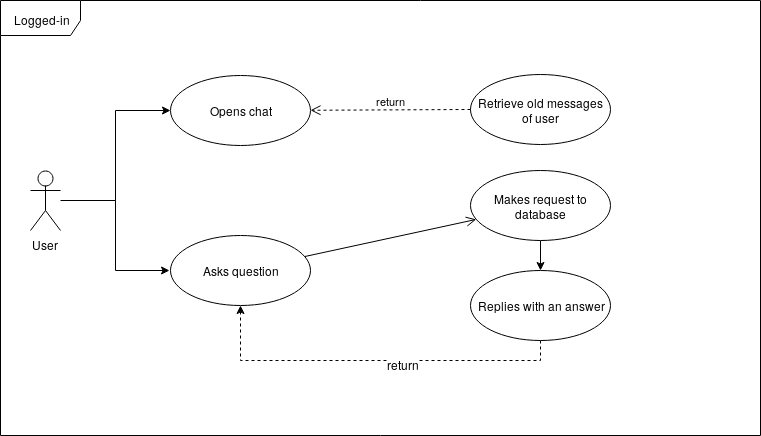
cs2901/yape-bcp-project-ayuda-pe keeps this draw.io diagram as Use_Cases/UseCaseDiagram.png. Above is the earlier version. Source tidied: cells renumbered, new cells last; positions are measured from the earlier drawing's top-left corner, leaving out a move shared by most shapes. Its diagram source:
```xml
<mxGraphModel>
  <root>
    <mxCell id="0" />
    <mxCell id="1" parent="0" />
    <mxCell id="2" value="Logged-in " style="shape=umlFrame;whiteSpace=wrap;html=1;width=80;height=35;" parent="1" vertex="1">
      <mxGeometry width="760" height="435" as="geometry" />
    </mxCell>
    <mxCell id="3" style="edgeStyle=orthogonalEdgeStyle;rounded=0;jettySize=auto;html=1;entryX=0;entryY=0.5;entryDx=0;entryDy=0;" parent="1" edge="1" source="5" target="6">
      <mxGeometry relative="1" as="geometry" />
    </mxCell>
    <mxCell id="4" style="edgeStyle=orthogonalEdgeStyle;rounded=0;orthogonalLoop=1;jettySize=auto;html=1;entryX=0;entryY=0.5;entryDx=0;entryDy=0;" parent="1" edge="1">
      <mxGeometry relative="1" as="geometry">
        <mxPoint x="65" y="200" as="sourcePoint" />
        <mxPoint x="169" y="270" as="targetPoint" />
        <Array as="points">
          <mxPoint x="115" y="200" />
          <mxPoint x="115" y="270" />
        </Array>
      </mxGeometry>
    </mxCell>
    <mxCell id="5" value="User" style="shape=umlActor;verticalLabelPosition=bottom;labelBackgroundColor=#ffffff;verticalAlign=top;html=1;" parent="1" vertex="1">
      <mxGeometry x="30" y="170" width="30" height="60" as="geometry" />
    </mxCell>
    <mxCell id="6" value="Opens chat" style="ellipse;whiteSpace=wrap;html=1;" parent="1" vertex="1">
      <mxGeometry x="170" y="75" width="140" height="70" as="geometry" />
    </mxCell>
    <mxCell id="7" value="Retrieve old messages of user" style="ellipse;whiteSpace=wrap;html=1;" parent="1" vertex="1">
      <mxGeometry x="470" y="74" width="140" height="70" as="geometry" />
    </mxCell>
    <mxCell id="8" value="&lt;div&gt;return&lt;/div&gt;" style="html=1;verticalAlign=bottom;endArrow=open;dashed=1;endSize=8;" parent="1" edge="1" source="7" target="6">
      <mxGeometry relative="1" as="geometry" />
    </mxCell>
    <mxCell id="9" value="Asks question" style="ellipse;whiteSpace=wrap;html=1;" parent="1" vertex="1">
      <mxGeometry x="170" y="235" width="140" height="70" as="geometry" />
    </mxCell>
    <mxCell id="10" style="edgeStyle=orthogonalEdgeStyle;rounded=0;jettySize=auto;html=1;entryX=0.5;entryY=1;entryDx=0;entryDy=0;exitX=0.5;exitY=1;exitDx=0;exitDy=0;dashed=1;" parent="1" edge="1" source="12" target="9">
      <mxGeometry relative="1" as="geometry" />
    </mxCell>
    <mxCell id="11" value="&lt;div&gt;return&lt;/div&gt;" style="text;html=1;align=center;verticalAlign=middle;labelBackgroundColor=#ffffff;" parent="10" vertex="1">
      <mxGeometry x="-0.16" y="3" relative="1" as="geometry" />
    </mxCell>
    <mxCell id="12" value="Replies with an answer" style="ellipse;whiteSpace=wrap;html=1;" parent="1" vertex="1">
      <mxGeometry x="470" y="270" width="140" height="70" as="geometry" />
    </mxCell>
    <mxCell id="13" style="edgeStyle=orthogonalEdgeStyle;rounded=0;jettySize=auto;html=1;entryX=0.5;entryY=0;entryDx=0;entryDy=0;" parent="1" edge="1" source="14" target="12">
      <mxGeometry relative="1" as="geometry" />
    </mxCell>
    <mxCell id="14" value="Makes request to database" style="ellipse;whiteSpace=wrap;html=1;" parent="1" vertex="1">
      <mxGeometry x="470" y="170" width="140" height="70" as="geometry" />
    </mxCell>
    <mxCell id="15" style="html=1;verticalAlign=bottom;endArrow=open;endSize=8;" parent="1" edge="1" source="9" target="14">
      <mxGeometry relative="1" as="geometry" />
    </mxCell>
  </root>
</mxGraphModel>
```
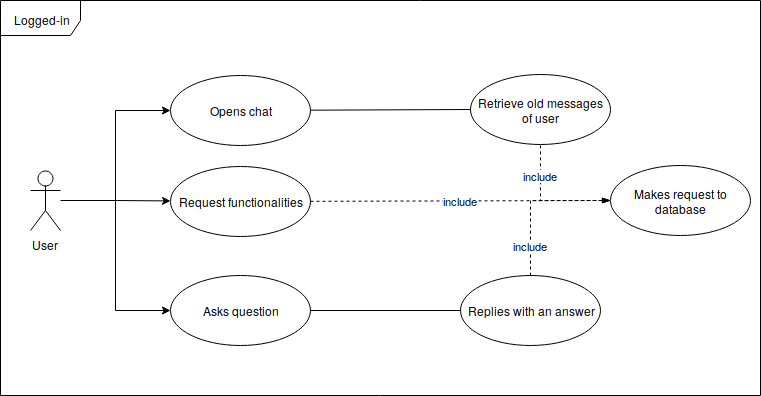
Later version of the same file.

Change to the diagram source:
```diff
@@ -3,18 +3,17 @@
     <mxCell id="0" />
     <mxCell id="1" parent="0" />
     <mxCell id="2" value="Logged-in " style="shape=umlFrame;whiteSpace=wrap;html=1;width=80;height=35;" parent="1" vertex="1">
-      <mxGeometry width="760" height="435" as="geometry" />
+      <mxGeometry width="760" height="395" as="geometry" />
     </mxCell>
     <mxCell id="3" style="edgeStyle=orthogonalEdgeStyle;rounded=0;jettySize=auto;html=1;entryX=0;entryY=0.5;entryDx=0;entryDy=0;" parent="1" edge="1" source="5" target="6">
       <mxGeometry relative="1" as="geometry" />
     </mxCell>
-    <mxCell id="4" style="edgeStyle=orthogonalEdgeStyle;rounded=0;orthogonalLoop=1;jettySize=auto;html=1;entryX=0;entryY=0.5;entryDx=0;entryDy=0;" parent="1" edge="1">
+    <mxCell id="4" style="edgeStyle=orthogonalEdgeStyle;rounded=0;jettySize=auto;html=1;entryX=0;entryY=0.5;entryDx=0;entryDy=0;" parent="1" edge="1" target="9">
       <mxGeometry relative="1" as="geometry">
         <mxPoint x="65" y="200" as="sourcePoint" />
-        <mxPoint x="169" y="270" as="targetPoint" />
         <Array as="points">
           <mxPoint x="115" y="200" />
-          <mxPoint x="115" y="270" />
+          <mxPoint x="115" y="310" />
         </Array>
       </mxGeometry>
     </mxCell>
@@ -27,29 +26,37 @@
     <mxCell id="7" value="Retrieve old messages of user" style="ellipse;whiteSpace=wrap;html=1;" parent="1" vertex="1">
       <mxGeometry x="470" y="74" width="140" height="70" as="geometry" />
     </mxCell>
-    <mxCell id="8" value="&lt;div&gt;return&lt;/div&gt;" style="html=1;verticalAlign=bottom;endArrow=open;dashed=1;endSize=8;" parent="1" edge="1" source="7" target="6">
-      <mxGeometry relative="1" as="geometry" />
-    </mxCell>
     <mxCell id="9" value="Asks question" style="ellipse;whiteSpace=wrap;html=1;" parent="1" vertex="1">
-      <mxGeometry x="170" y="235" width="140" height="70" as="geometry" />
+      <mxGeometry x="170" y="275" width="140" height="70" as="geometry" />
     </mxCell>
-    <mxCell id="10" style="edgeStyle=orthogonalEdgeStyle;rounded=0;jettySize=auto;html=1;entryX=0.5;entryY=1;entryDx=0;entryDy=0;exitX=0.5;exitY=1;exitDx=0;exitDy=0;dashed=1;" parent="1" edge="1" source="12" target="9">
-      <mxGeometry relative="1" as="geometry" />
-    </mxCell>
-    <mxCell id="11" value="&lt;div&gt;return&lt;/div&gt;" style="text;html=1;align=center;verticalAlign=middle;labelBackgroundColor=#ffffff;" parent="10" vertex="1">
-      <mxGeometry x="-0.16" y="3" relative="1" as="geometry" />
-    </mxCell>
     <mxCell id="12" value="Replies with an answer" style="ellipse;whiteSpace=wrap;html=1;" parent="1" vertex="1">
-      <mxGeometry x="470" y="270" width="140" height="70" as="geometry" />
+      <mxGeometry x="460" y="275" width="140" height="70" as="geometry" />
     </mxCell>
-    <mxCell id="13" style="edgeStyle=orthogonalEdgeStyle;rounded=0;jettySize=auto;html=1;entryX=0.5;entryY=0;entryDx=0;entryDy=0;" parent="1" edge="1" source="14" target="12">
-      <mxGeometry relative="1" as="geometry" />
+    <mxCell id="13" value="include" style="edgeStyle=orthogonalEdgeStyle;rounded=0;jettySize=auto;html=1;entryX=0.5;entryY=0;entryDx=0;entryDy=0;dashed=1;startArrow=blockThin;startFill=1;endArrow=none;endFill=0;" parent="1" edge="1" source="14" target="12">
+      <mxGeometry x="0.61" relative="1" as="geometry" />
     </mxCell>
     <mxCell id="14" value="Makes request to database" style="ellipse;whiteSpace=wrap;html=1;" parent="1" vertex="1">
-      <mxGeometry x="470" y="170" width="140" height="70" as="geometry" />
+      <mxGeometry x="610" y="165" width="140" height="70" as="geometry" />
     </mxCell>
-    <mxCell id="15" style="html=1;verticalAlign=bottom;endArrow=open;endSize=8;" parent="1" edge="1" source="9" target="14">
-      <mxGeometry relative="1" as="geometry" />
-    </mxCell>
+    <mxCell id="16" style="endArrow=none;html=1;entryX=0;entryY=0.5;entryDx=0;entryDy=0;endFill=0;" parent="1" edge="1" source="9" target="12">
+      <mxGeometry relative="1" as="geometry" />
+    </mxCell>
+    <mxCell id="17" value="include" style="edgeStyle=orthogonalEdgeStyle;rounded=0;jettySize=auto;html=1;entryX=0.5;entryY=1;entryDx=0;entryDy=0;dashed=1;startArrow=blockThin;startFill=1;endArrow=none;endFill=0;exitX=0;exitY=0.5;exitDx=0;exitDy=0;" parent="1" edge="1" source="14" target="7">
+      <mxGeometry x="0.51" relative="1" as="geometry" />
+    </mxCell>
+    <mxCell id="18" value="Request functionalities" style="ellipse;whiteSpace=wrap;html=1;" parent="1" vertex="1">
+      <mxGeometry x="170" y="166" width="140" height="70" as="geometry" />
+    </mxCell>
+    <mxCell id="19" style="endArrow=none;html=1;startArrow=classic;startFill=1;endFill=0;" parent="1" edge="1" source="18">
+      <mxGeometry relative="1" as="geometry">
+        <mxPoint x="115" y="200" as="targetPoint" />
+      </mxGeometry>
+    </mxCell>
+    <mxCell id="20" value="include" style="endArrow=none;dashed=1;html=1;entryX=0;entryY=0.5;entryDx=0;entryDy=0;" parent="1" edge="1" source="18" target="14">
+      <mxGeometry relative="1" as="geometry" />
+    </mxCell>
+    <mxCell id="21" style="endArrow=none;html=1;entryX=0;entryY=0.5;entryDx=0;entryDy=0;" parent="1" edge="1" source="6" target="7">
+      <mxGeometry relative="1" as="geometry" />
+    </mxCell>
   </root>
 </mxGraphModel>
```
